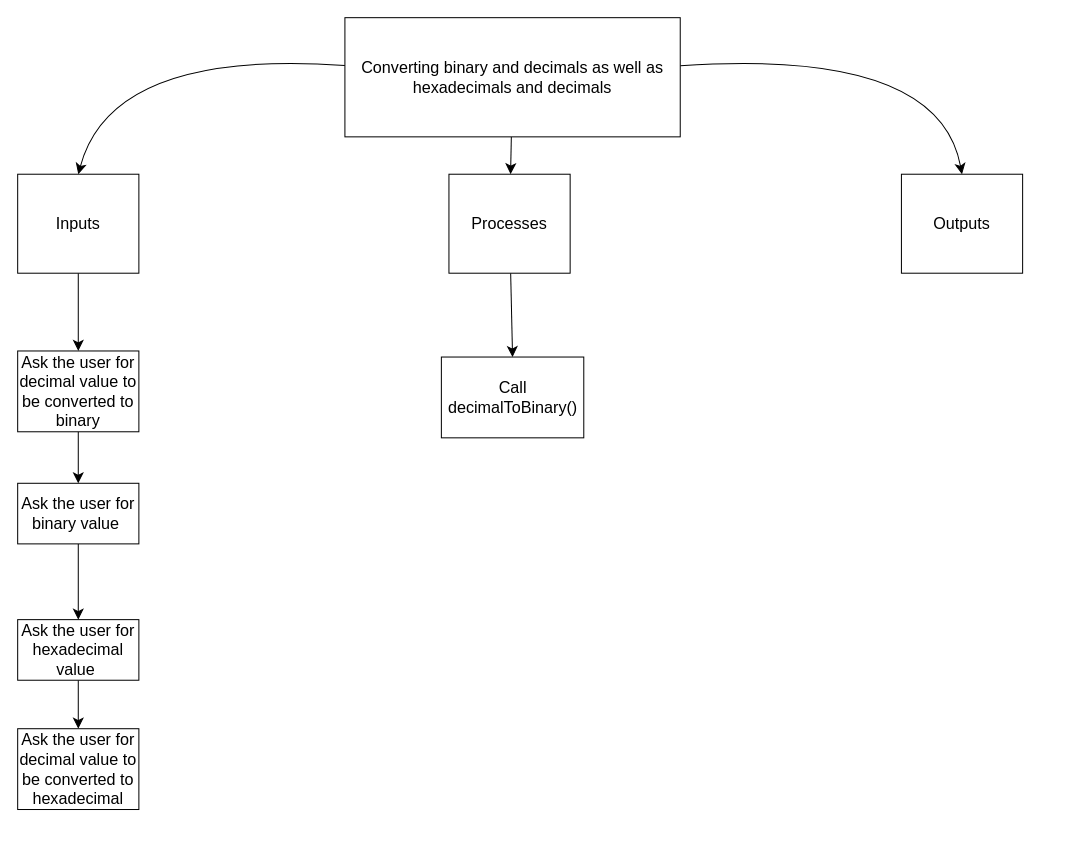
This is anwarAssignment26/TopDown.drawio from mh-anwar/ICS3U1, a draw.io file, before an edit. Source tidied: cells renumbered, new cells numbered last; positions are measured from the earlier drawing's top-left corner, leaving out a move shared by most shapes. Both pictures are drawn from the tidied source at 101%, with x=0, y=0 at pixel (17, 17).
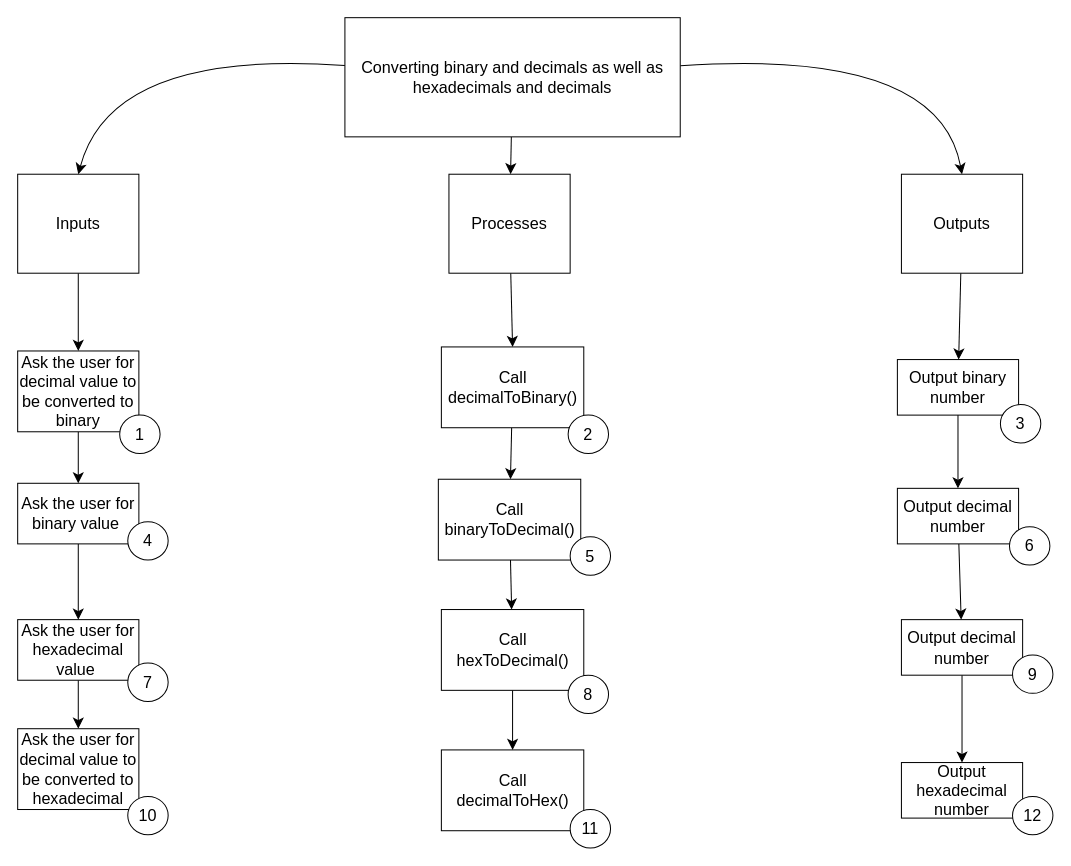
The same diagram, later.

The change refers to these unchanged cells:
```xml
<mxCell id="8" value="Outputs" style="whiteSpace=wrap;html=1;fontSize=16;rounded=0;" parent="1" vertex="1">
  <mxGeometry x="875" y="155" width="120" height="98" as="geometry" />
</mxCell>
```

What changed in the source:
```diff
@@
+    <mxCell id="19" style="edgeStyle=none;curved=1;rounded=0;jettySize=auto;html=1;fontSize=12;startSize=8;endSize=8;" parent="1" edge="1" source="8" target="27">
+      <mxGeometry relative="1" as="geometry" />
+    </mxCell>
@@
+    <mxCell id="20" style="edgeStyle=none;curved=1;rounded=0;jettySize=auto;html=1;fontSize=12;startSize=8;endSize=8;" parent="1" edge="1" source="18" target="22">
+      <mxGeometry relative="1" as="geometry" />
+    </mxCell>
     <mxCell id="18" value="Call decimalToBinary()" style="whiteSpace=wrap;html=1;fontSize=16;rounded=0;" parent="1" vertex="1">
-      <mxGeometry x="419.5" y="336" width="141" height="80" as="geometry" />
+      <mxGeometry x="419.5" y="326" width="141" height="80" as="geometry" />
     </mxCell>
+    <mxCell id="21" style="edgeStyle=none;curved=1;rounded=0;jettySize=auto;html=1;fontSize=12;startSize=8;endSize=8;" parent="1" edge="1" source="22" target="24">
+      <mxGeometry relative="1" as="geometry" />
+    </mxCell>
+    <mxCell id="22" value="Call binaryToDecimal()" style="whiteSpace=wrap;html=1;fontSize=16;rounded=0;" parent="1" vertex="1">
+      <mxGeometry x="416.5" y="457" width="141" height="80" as="geometry" />
+    </mxCell>
+    <mxCell id="23" style="edgeStyle=none;curved=1;rounded=0;jettySize=auto;html=1;fontSize=12;startSize=8;endSize=8;" parent="1" edge="1" source="24" target="25">
+      <mxGeometry relative="1" as="geometry" />
+    </mxCell>
+    <mxCell id="24" value="Call hexToDecimal()" style="whiteSpace=wrap;html=1;fontSize=16;rounded=0;" parent="1" vertex="1">
+      <mxGeometry x="419.5" y="586" width="141" height="80" as="geometry" />
+    </mxCell>
+    <mxCell id="25" value="Call decimalToHex()" style="whiteSpace=wrap;html=1;fontSize=16;rounded=0;" parent="1" vertex="1">
+      <mxGeometry x="419.5" y="725" width="141" height="80" as="geometry" />
+    </mxCell>
+    <mxCell id="26" style="edgeStyle=none;curved=1;rounded=0;jettySize=auto;html=1;fontSize=12;startSize=8;endSize=8;" parent="1" edge="1" source="27" target="29">
+      <mxGeometry relative="1" as="geometry" />
+    </mxCell>
+    <mxCell id="27" value="Output binary number" style="whiteSpace=wrap;html=1;fontSize=16;rounded=0;" parent="1" vertex="1">
+      <mxGeometry x="871" y="338.5" width="120" height="55" as="geometry" />
+    </mxCell>
+    <mxCell id="28" style="edgeStyle=none;curved=1;rounded=0;jettySize=auto;html=1;fontSize=12;startSize=8;endSize=8;" parent="1" edge="1" source="29" target="31">
+      <mxGeometry relative="1" as="geometry" />
+    </mxCell>
+    <mxCell id="29" value="Output decimal number" style="whiteSpace=wrap;html=1;fontSize=16;rounded=0;" parent="1" vertex="1">
+      <mxGeometry x="871" y="466" width="120" height="55" as="geometry" />
+    </mxCell>
+    <mxCell id="30" style="edgeStyle=none;curved=1;rounded=0;jettySize=auto;html=1;fontSize=12;startSize=8;endSize=8;" parent="1" edge="1" source="31" target="32">
+      <mxGeometry relative="1" as="geometry" />
+    </mxCell>
+    <mxCell id="31" value="Output decimal number" style="whiteSpace=wrap;html=1;fontSize=16;rounded=0;" parent="1" vertex="1">
+      <mxGeometry x="875" y="596" width="120" height="55" as="geometry" />
+    </mxCell>
+    <mxCell id="32" value="Output hexadecimal number" style="whiteSpace=wrap;html=1;fontSize=16;rounded=0;" parent="1" vertex="1">
+      <mxGeometry x="875" y="737.5" width="120" height="55" as="geometry" />
+    </mxCell>
+    <mxCell id="33" value="1" style="ellipse;whiteSpace=wrap;html=1;fontSize=16;" parent="1" vertex="1">
+      <mxGeometry x="101" y="393.5" width="40" height="38" as="geometry" />
+    </mxCell>
+    <mxCell id="34" value="2" style="ellipse;whiteSpace=wrap;html=1;fontSize=16;" parent="1" vertex="1">
+      <mxGeometry x="545" y="393.5" width="40" height="38" as="geometry" />
+    </mxCell>
+    <mxCell id="35" value="3" style="ellipse;whiteSpace=wrap;html=1;fontSize=16;" parent="1" vertex="1">
+      <mxGeometry x="973" y="383" width="40" height="38" as="geometry" />
+    </mxCell>
+    <mxCell id="36" value="4" style="ellipse;whiteSpace=wrap;html=1;fontSize=16;" parent="1" vertex="1">
+      <mxGeometry x="109" y="499" width="40" height="38" as="geometry" />
+    </mxCell>
+    <mxCell id="37" value="7" style="ellipse;whiteSpace=wrap;html=1;fontSize=16;" parent="1" vertex="1">
+      <mxGeometry x="109" y="639" width="40" height="38" as="geometry" />
+    </mxCell>
+    <mxCell id="38" value="10" style="ellipse;whiteSpace=wrap;html=1;fontSize=16;" parent="1" vertex="1">
+      <mxGeometry x="109" y="771" width="40" height="38" as="geometry" />
+    </mxCell>
+    <mxCell id="39" value="5" style="ellipse;whiteSpace=wrap;html=1;fontSize=16;" parent="1" vertex="1">
+      <mxGeometry x="547" y="514" width="40" height="38" as="geometry" />
+    </mxCell>
+    <mxCell id="40" value="8" style="ellipse;whiteSpace=wrap;html=1;fontSize=16;" parent="1" vertex="1">
+      <mxGeometry x="545" y="651" width="40" height="38" as="geometry" />
+    </mxCell>
+    <mxCell id="41" value="11" style="ellipse;whiteSpace=wrap;html=1;fontSize=16;" parent="1" vertex="1">
+      <mxGeometry x="547" y="784" width="40" height="38" as="geometry" />
+    </mxCell>
+    <mxCell id="42" value="6" style="ellipse;whiteSpace=wrap;html=1;fontSize=16;" parent="1" vertex="1">
+      <mxGeometry x="982" y="504" width="40" height="38" as="geometry" />
+    </mxCell>
+    <mxCell id="43" value="9" style="ellipse;whiteSpace=wrap;html=1;fontSize=16;" parent="1" vertex="1">
+      <mxGeometry x="985" y="631" width="40" height="38" as="geometry" />
+    </mxCell>
+    <mxCell id="44" value="12" style="ellipse;whiteSpace=wrap;html=1;fontSize=16;" parent="1" vertex="1">
+      <mxGeometry x="985" y="771" width="40" height="38" as="geometry" />
+    </mxCell>
```
